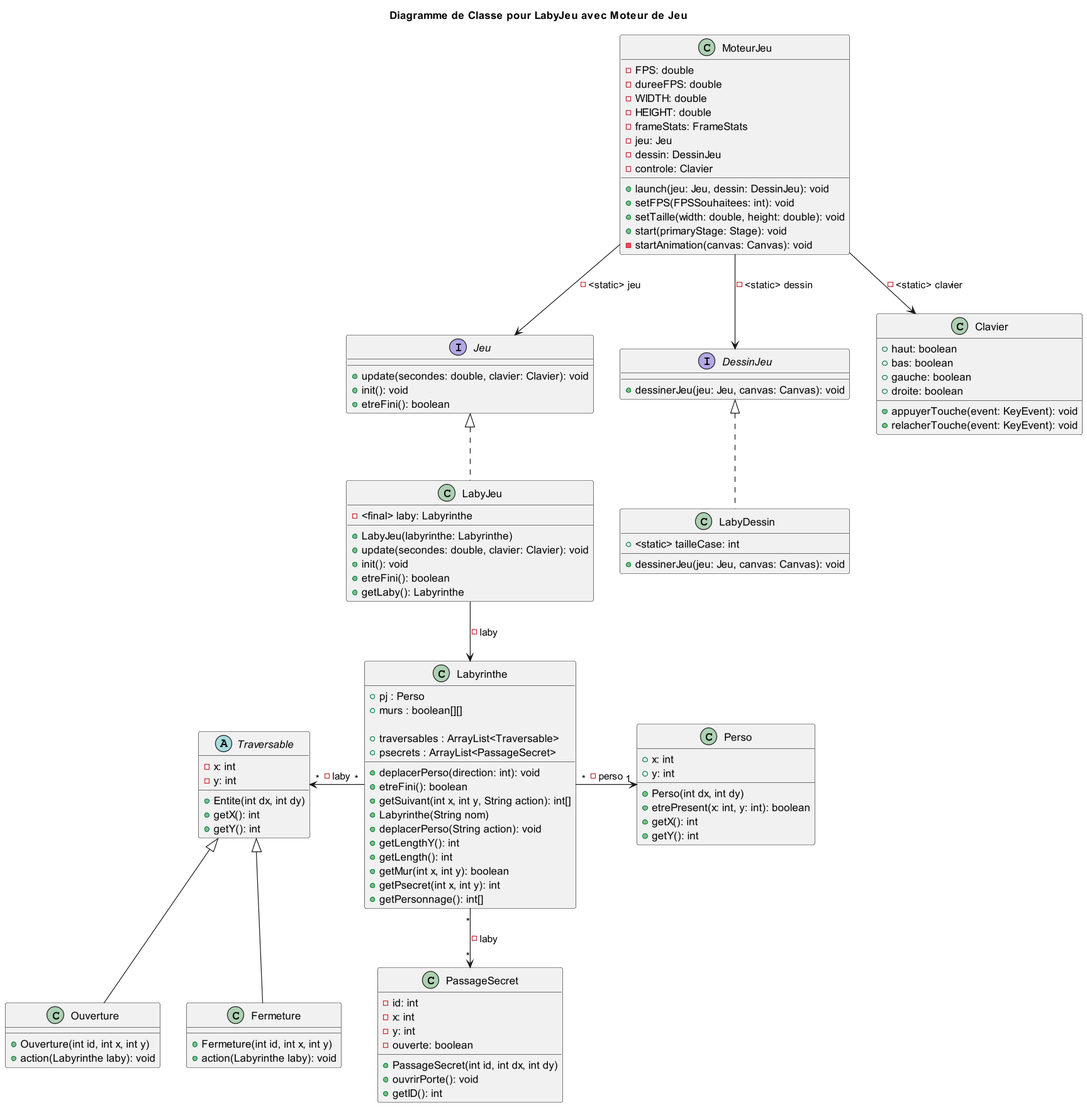
Before: documents/version_2/Fonctionnement_Diag-Diagramme_de_Classe_pour_LabyJeu_avec_Moteur_de_Jeu.png, a diagram exported from PlantUML (adrienMGN/2024_Zeldiablo_mangin225u_dewasch2u_favier36u_fontaine_noel332u).
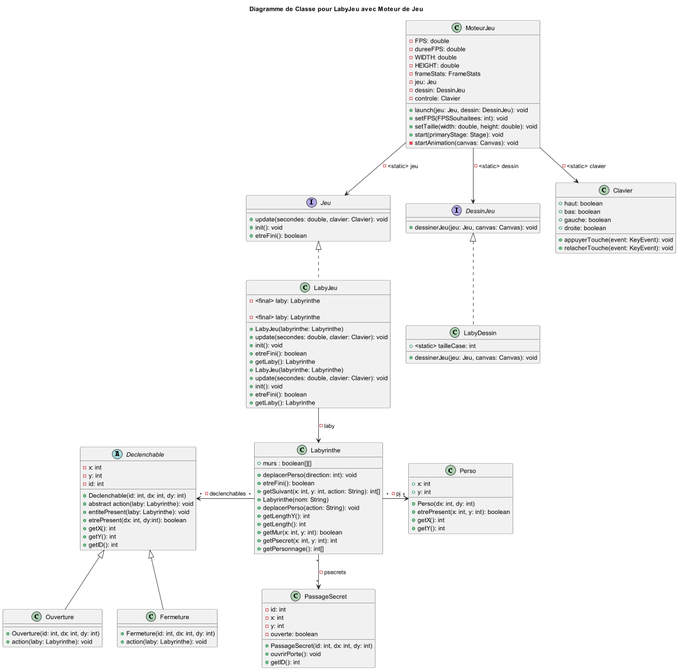
The same diagram one commit later.

Commit message:
diagramme sequence choix deplacement

What changed in the source:
```diff
@@ -5,6 +5,16 @@
     +update(secondes: double, clavier: Clavier): void
     +init(): void
     +etreFini(): boolean
+}
+
+class LabyJeu {
+    - <final> laby: Labyrinthe
+
+    +LabyJeu(labyrinthe: Labyrinthe)
+    +update(secondes: double, clavier: Clavier): void
+    +init(): void
+    +etreFini(): boolean
+    +getLaby(): Labyrinthe
 }
 
 interface DessinJeu {
@@ -27,22 +37,18 @@
 }
 
 class Labyrinthe {
-
-    +pj : Perso
     +murs : boolean[][]
 
-    +traversables : ArrayList<Traversable>
-    +psecrets : ArrayList<PassageSecret>
 
     +deplacerPerso(direction: int): void
     +etreFini(): boolean
-    +getSuivant(int x, int y, String action): int[]
-    +Labyrinthe(String nom)
-    +deplacerPerso(String action): void
+    +getSuivant(x: int, y: int, action: String): int[]
+    +Labyrinthe(nom: String)
+    +deplacerPerso(action: String): void
     +getLengthY(): int
     +getLength(): int
-    +getMur(int x, int y): boolean
-    +getPsecret(int x, int y): int
+    +getMur(x: int, y: int): boolean
+    +getPsecret(x: int, y: int): int
     +getPersonnage(): int[]
 }
 
@@ -74,18 +80,23 @@
 class Perso {
     +x: int
     +y: int
-    +Perso(int dx, int dy)
+    +Perso(dx: int, dy: int)
     +etrePresent(x: int, y: int): boolean
     +getX(): int
     +getY(): int
 }
 
-abstract class Traversable {
+abstract class Declenchable {
     -x: int
     -y: int
-    +Entite(int dx, int dy)
+    -id: int
+    +Declenchable(id: int, dx: int, dy: int)
+    +abstract action(laby: Labyrinthe): void
+    +entitePresent(laby: Labyrinthe): void
+    +etrePresent(dx: int, dy:int): boolean
     +getX(): int
     +getY(): int
+    +getID(): int
 }
 
 class PassageSecret{
@@ -93,19 +104,19 @@
     -x: int
     -y: int
     -ouverte: boolean
-    +PassageSecret(int id, int dx, int dy)
+    +PassageSecret(id: int, dx: int, dy: int)
     +ouvrirPorte(): void
     +getID(): int
 }
 
 class Ouverture{
-    +Ouverture(int id, int x, int y)
-    +action(Labyrinthe laby): void
+    +Ouverture(id: int, dx: int, dy: int)
+    +action(laby: Labyrinthe): void
 }
 
 class Fermeture{
-    +Fermeture(int id, int x, int y)
-    +action(Labyrinthe laby): void
+    +Fermeture(id: int, dx: int, dy: int)
+    +action(laby: Labyrinthe): void
 }
 
 Jeu <|.. LabyJeu
@@ -114,11 +125,9 @@
 MoteurJeu --> DessinJeu : -<static> dessin
 MoteurJeu --> Clavier : -<static> clavier
 DessinJeu <|.. LabyDessin
-Labyrinthe "*"->"1" Perso : -perso
-  Labyrinthe "*"-->"*" PassageSecret : -laby
-Traversable "*"<-"*" Labyrinthe : -laby
- Traversable <|-- Ouverture
- Traversable <|-- Fermeture
-
-
+Labyrinthe "*"->"1" Perso : -pj
+  Labyrinthe "*"-->"*" PassageSecret : -psecrets
+Declenchable "*"<-"*" Labyrinthe : -declenchables
+ Declenchable <|-- Ouverture
+ Declenchable <|-- Fermeture
 @enduml
```
